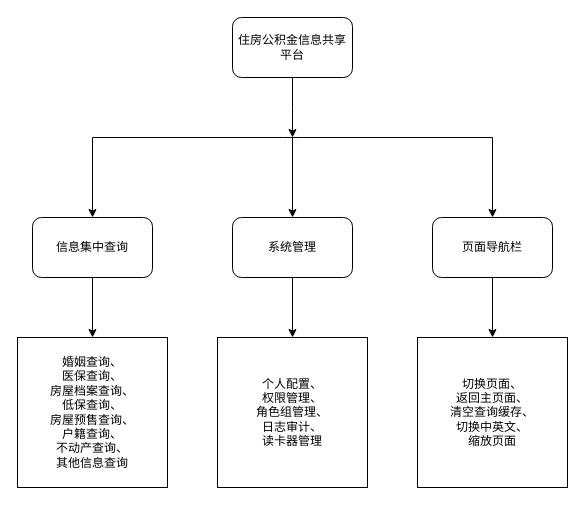
Above: pic01.drawio in SethLi8/Handsome_SethLi (draw.io), before the change. Source tidied: cells renumbered, new cells numbered last; positions are measured from the earlier drawing's top-left corner, leaving out a move shared by most shapes. Both pictures are drawn from the tidied source at 100%, with x=0, y=0 at pixel (17, 17).
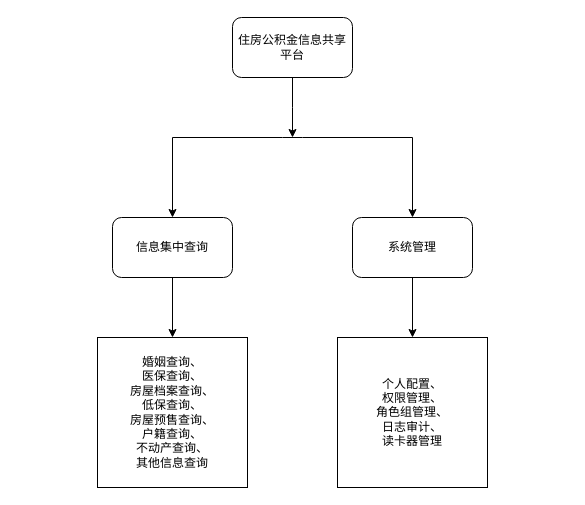
After the change.

Change to the diagram source:
```diff
@@
     <mxCell id="4" style="endArrow=none;html=1;" parent="1" edge="1">
       <mxGeometry relative="1" as="geometry">
-        <mxPoint x="75" y="120" as="sourcePoint" />
-        <mxPoint x="475" y="120" as="targetPoint" />
+        <mxPoint x="155" y="120" as="sourcePoint" />
+        <mxPoint x="395" y="120" as="targetPoint" />
         <Array as="points">
           <mxPoint x="275" y="120" />
         </Array>
       </mxGeometry>
     </mxCell>
+    <mxCell id="17" style="edgeStyle=orthogonalEdgeStyle;rounded=0;jettySize=auto;html=1;exitX=0.5;exitY=1;exitDx=0;exitDy=0;entryX=0.5;entryY=0;entryDx=0;entryDy=0;" parent="1" edge="1" source="5" target="12">
+      <mxGeometry relative="1" as="geometry" />
+    </mxCell>
     <mxCell id="5" value="信息集中查询" style="rounded=1;whiteSpace=wrap;html=1;" parent="1" vertex="1">
-      <mxGeometry x="15" y="200" width="120" height="60" as="geometry" />
+      <mxGeometry x="95" y="200" width="120" height="60" as="geometry" />
     </mxCell>
     <mxCell id="6" style="endArrow=classic;html=1;" parent="1" edge="1">
       <mxGeometry relative="1" as="geometry">
-        <mxPoint x="75" y="120" as="sourcePoint" />
-        <mxPoint x="75" y="200" as="targetPoint" />
+        <mxPoint x="155" y="120" as="sourcePoint" />
+        <mxPoint x="155" y="200" as="targetPoint" />
       </mxGeometry>
     </mxCell>
     <mxCell id="7" style="endArrow=classic;html=1;" parent="1" edge="1">
       <mxGeometry relative="1" as="geometry">
-        <mxPoint x="275" y="120" as="sourcePoint" />
-        <mxPoint x="275" y="200" as="targetPoint" />
+        <mxPoint x="395" y="120" as="sourcePoint" />
+        <mxPoint x="395" y="200" as="targetPoint" />
       </mxGeometry>
     </mxCell>
     <mxCell id="8" value="系统管理" style="rounded=1;whiteSpace=wrap;html=1;" parent="1" vertex="1">
-      <mxGeometry x="215" y="200" width="120" height="60" as="geometry" />
+      <mxGeometry x="335" y="200" width="120" height="60" as="geometry" />
     </mxCell>
-    <mxCell id="9" style="endArrow=classic;html=1;" parent="1" edge="1">
-      <mxGeometry relative="1" as="geometry">
-        <mxPoint x="475" y="120" as="sourcePoint" />
-        <mxPoint x="475" y="200" as="targetPoint" />
-      </mxGeometry>
-    </mxCell>
-    <mxCell id="10" value="页面导航栏" style="rounded=1;whiteSpace=wrap;html=1;" parent="1" vertex="1">
-      <mxGeometry x="415" y="200" width="120" height="60" as="geometry" />
-    </mxCell>
-    <mxCell id="11" style="endArrow=classic;html=1;exitX=0.5;exitY=1;exitDx=0;exitDy=0;" parent="1" edge="1" source="5">
-      <mxGeometry relative="1" as="geometry">
-        <mxPoint x="75" y="320" as="targetPoint" />
-      </mxGeometry>
-    </mxCell>
     <mxCell id="12" value="婚姻查询、&lt;br&gt;医保查询、&lt;br&gt;房屋档案查询、&lt;br&gt;低保查询、&lt;br&gt;房屋预售查询、&lt;br&gt;户籍查询、&lt;br&gt;不动产查询、&lt;br&gt;其他信息查询" style="whiteSpace=wrap;html=1;" parent="1" vertex="1">
-      <mxGeometry y="320" width="150" height="150" as="geometry" />
+      <mxGeometry x="80" y="320" width="150" height="150" as="geometry" />
     </mxCell>
     <mxCell id="13" value="个人配置、&lt;br&gt;权限管理、&lt;br&gt;角色组管理、&lt;br&gt;日志审计、&lt;br&gt;读卡器管理" style="whiteSpace=wrap;html=1;" parent="1" vertex="1">
-      <mxGeometry x="200" y="320" width="150" height="150" as="geometry" />
+      <mxGeometry x="320" y="320" width="150" height="150" as="geometry" />
     </mxCell>
@@
-    <mxCell id="15" style="endArrow=classic;html=1;exitX=0.5;exitY=1;exitDx=0;exitDy=0;" parent="1" edge="1" source="10">
-      <mxGeometry relative="1" as="geometry">
-        <mxPoint x="475" y="320" as="targetPoint" />
-      </mxGeometry>
-    </mxCell>
-    <mxCell id="16" value="切换页面、&lt;br&gt;返回主页面、&lt;br&gt;清空查询缓存、&lt;br&gt;切换中英文、&lt;br&gt;缩放页面" style="whiteSpace=wrap;html=1;" parent="1" vertex="1">
-      <mxGeometry x="400" y="320" width="150" height="150" as="geometry" />
-    </mxCell>
```
